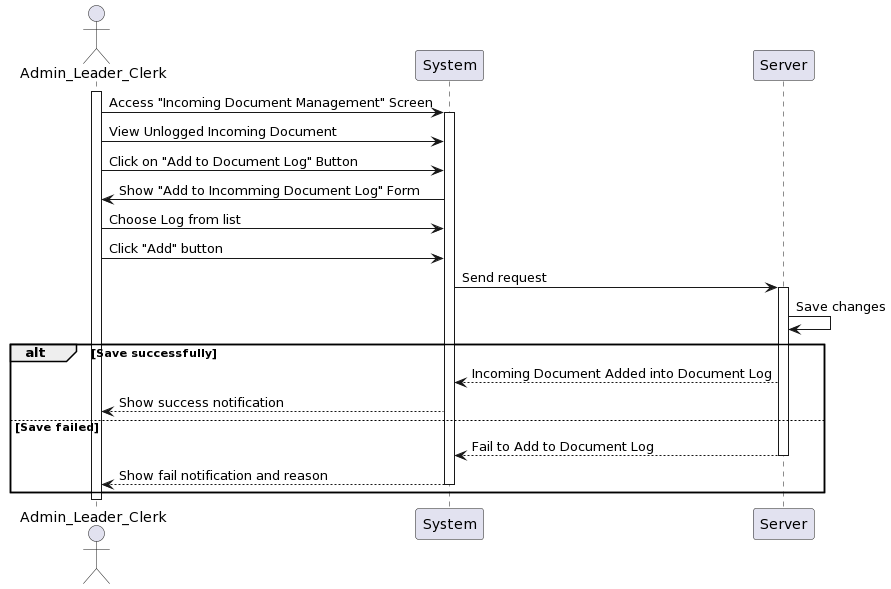
This is Lab1/Lab1.2/SequenceDiagram/IncomingDocument/AddIncomingDocumentintoDocumentLog/AddIncomingDocumentintoDocumentLog_SequenceDiagram.png from khoapham1003/SE357-Pratice-class, a PlantUML export, as it was before one commit.
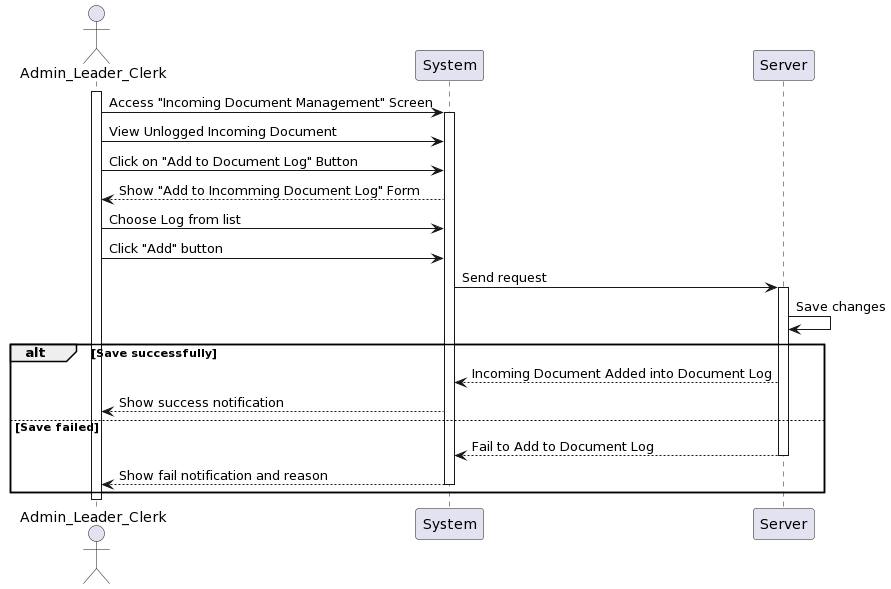
Later version of the same file.

The edit, as a diff of the source:
```diff
@@ -8,7 +8,7 @@
 activate System
 User -> System: View Unlogged Incoming Document
 User -> System: Click on "Add to Document Log" Button
-System -> User: Show "Add to Incomming Document Log" Form
+System --> User: Show "Add to Incomming Document Log" Form
 User -> System: Choose Log from list
 User -> System: Click "Add" button
 System -> Server: Send request
```
